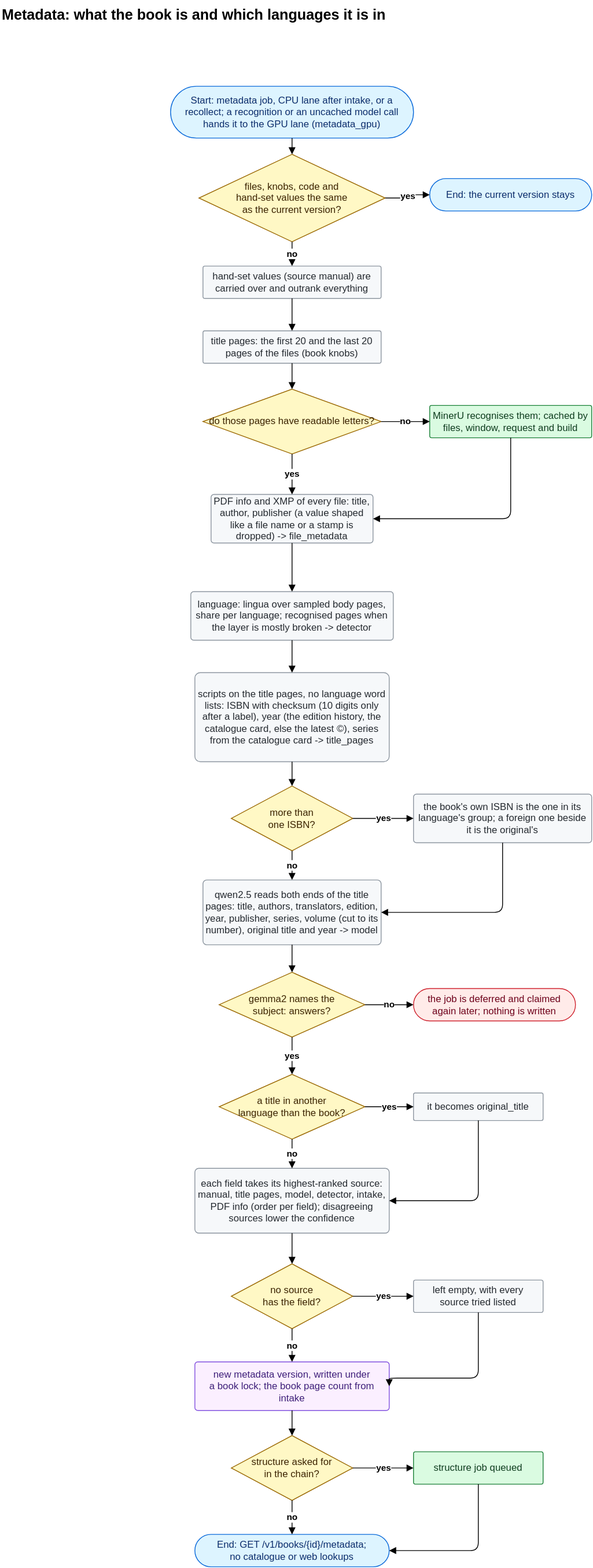
rikitikitav1/ocr-lab keeps this draw.io diagram as docs/diagrams/metadata.drawio.svg. Above is the earlier version. Source tidied: cells renumbered, new cells last; positions are measured from the earlier drawing's top-left corner, leaving out a move shared by most shapes.
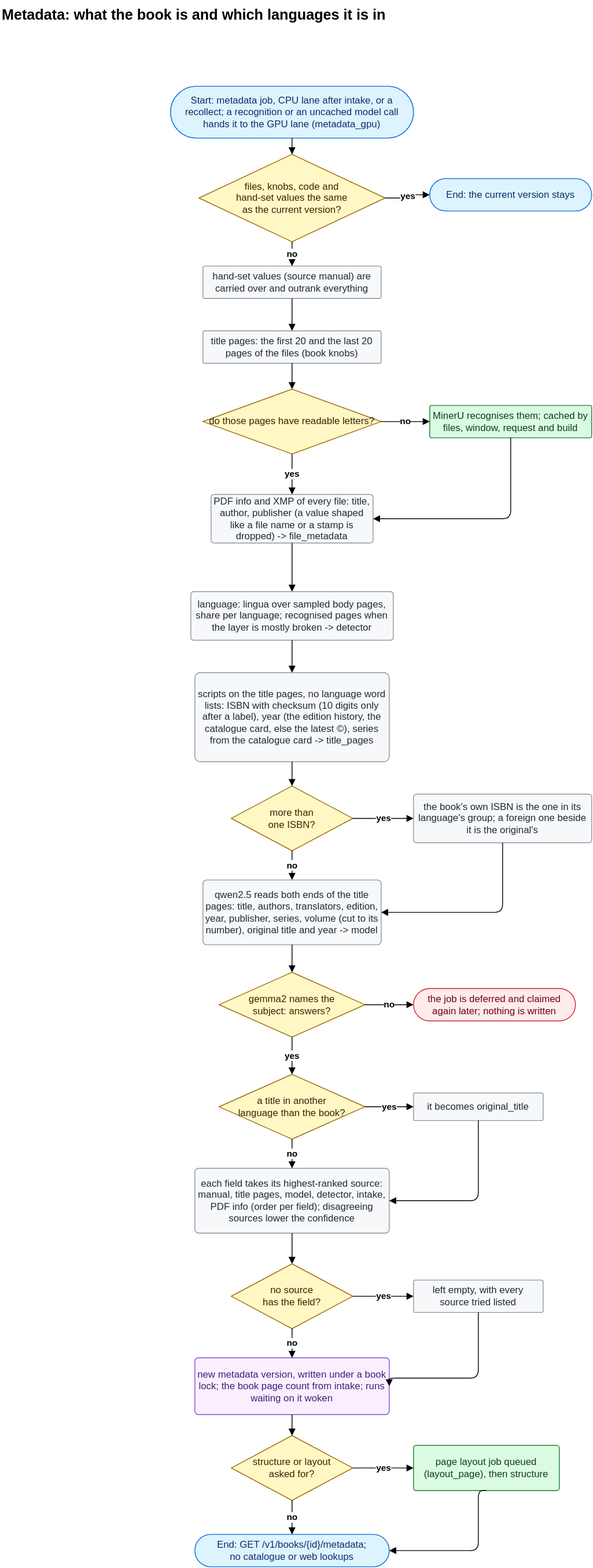
Later version of the same file.

What changed in the source:
```diff
@@ -65,14 +65,14 @@
     <mxCell id="22" value="left empty, with every&lt;br&gt;source tried listed" style="html=1;whiteSpace=wrap;fontSize=12;fillColor=light-dark(#F6F8FA,#161B22);strokeColor=light-dark(#8C959F,#6E7681);fontColor=light-dark(#24292F,#E6EDF3);rounded=1;arcSize=6;" parent="1" vertex="1">
       <mxGeometry x="510" y="1580" width="160" height="40" as="geometry" />
     </mxCell>
-    <mxCell id="23" value="new metadata version, written under&lt;br&gt;a book lock; the book page count from intake" style="html=1;whiteSpace=wrap;fontSize=12;fillColor=light-dark(#FBEFFF,#221A33);strokeColor=light-dark(#8250DF,#A371F7);fontColor=light-dark(#3E1F79,#E2C5FF);rounded=1;arcSize=6;" parent="1" vertex="1">
-      <mxGeometry x="240" y="1681" width="240" height="60" as="geometry" />
+    <mxCell id="23" value="new metadata version, written under a book lock; the book page count from intake; runs waiting on it woken" style="html=1;whiteSpace=wrap;fontSize=12;fillColor=light-dark(#FBEFFF,#221A33);strokeColor=light-dark(#8250DF,#A371F7);fontColor=light-dark(#3E1F79,#E2C5FF);rounded=1;arcSize=6;" parent="1" vertex="1">
+      <mxGeometry x="240" y="1676" width="240" height="70" as="geometry" />
     </mxCell>
-    <mxCell id="24" value="structure asked for&lt;br&gt;in the chain?" style="html=1;whiteSpace=wrap;fontSize=12;fillColor=light-dark(#FFF8C5,#272115);strokeColor=light-dark(#9A6700,#BB8009);fontColor=light-dark(#3B2300,#F8E3A1);rhombus;" parent="1" vertex="1">
+    <mxCell id="24" value="structure or layout&lt;br&gt;asked for?" style="html=1;whiteSpace=wrap;fontSize=12;fillColor=light-dark(#FFF8C5,#272115);strokeColor=light-dark(#9A6700,#BB8009);fontColor=light-dark(#3B2300,#F8E3A1);rhombus;" parent="1" vertex="1">
       <mxGeometry x="285" y="1772" width="150" height="80" as="geometry" />
     </mxCell>
-    <mxCell id="25" value="structure job queued" style="html=1;whiteSpace=wrap;fontSize=12;fillColor=light-dark(#DAFBE1,#12261E);strokeColor=light-dark(#1A7F37,#3FB950);fontColor=light-dark(#0F3D1F,#AFF5B4);rounded=1;arcSize=6;" parent="1" vertex="1">
-      <mxGeometry x="510" y="1792" width="160" height="40" as="geometry" />
+    <mxCell id="25" value="page layout job queued (layout_page), then structure" style="html=1;whiteSpace=wrap;fontSize=12;fillColor=light-dark(#DAFBE1,#12261E);strokeColor=light-dark(#1A7F37,#3FB950);fontColor=light-dark(#0F3D1F,#AFF5B4);rounded=1;arcSize=6;" parent="1" vertex="1">
+      <mxGeometry x="510" y="1784" width="180" height="56" as="geometry" />
     </mxCell>
     <mxCell id="26" value="End: GET /v1/books/{id}/metadata;&lt;br&gt;no catalogue or web lookups" style="html=1;whiteSpace=wrap;fontSize=12;fillColor=light-dark(#DDF4FF,#132339);strokeColor=light-dark(#0969DA,#4493F8);fontColor=light-dark(#0C2D6B,#C6E6FF);rounded=1;arcSize=50;" parent="1" vertex="1">
       <mxGeometry x="240" y="1894" width="240" height="40" as="geometry" />
```
